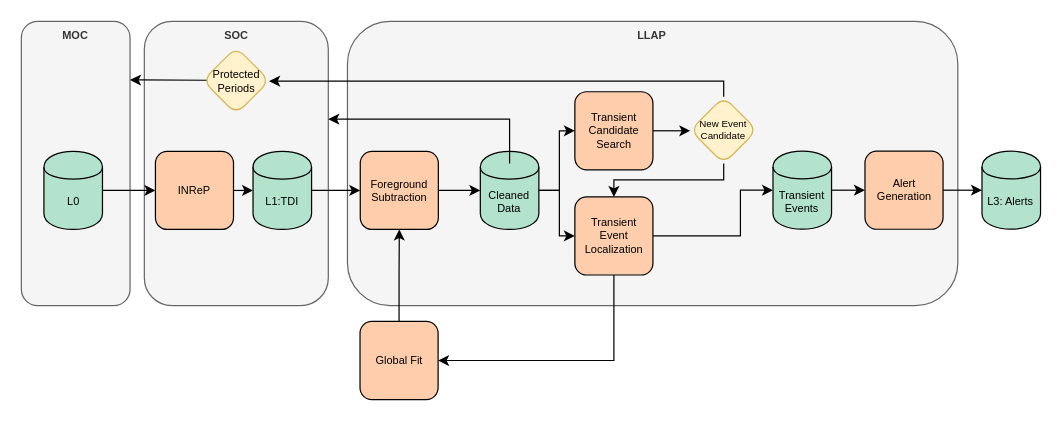
tlittenberg/ldasoft keeps this draw.io diagram as page "LLAP (simplified)" (5 of 5) of LISADataFlow.drawio. Above is the earlier version. Source tidied: cells renumbered, new cells numbered last; positions are measured from the earlier drawing's top-left corner, leaving out a move shared by most shapes. Both pictures are drawn from the tidied source at 122%, with x=0, y=0 at pixel (21, 21).
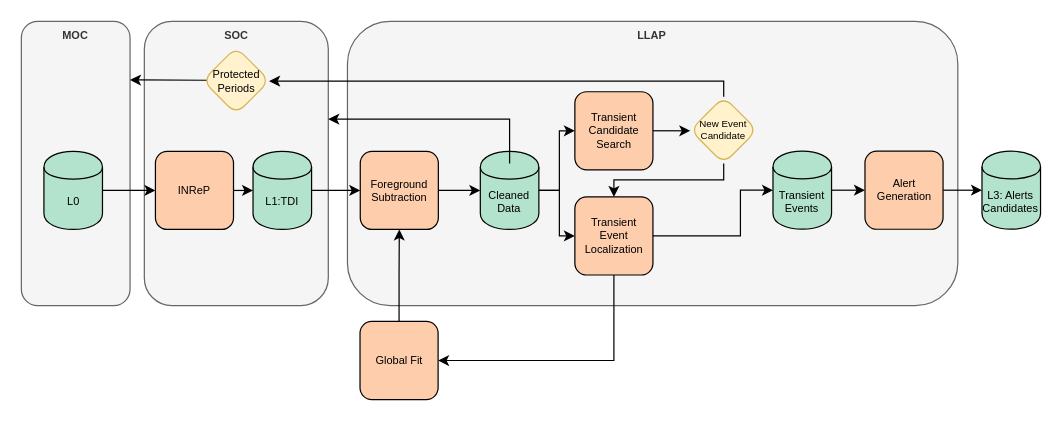
The same diagram, later.

The change refers to these unchanged cells:
```xml
<mxCell id="2" style="group;fontSize=9;strokeWidth=1;" parent="1" vertex="1">
  <mxGeometry width="835.4" height="310" as="geometry" />
</mxCell>
```

What changed in the source:
```diff
@@
-    <mxCell id="17" value="L3: Alerts" style="shape=cylinder;whiteSpace=wrap;html=1;boundedLbl=1;backgroundOutline=1;fillColor=#b3e2cd;strokeWidth=1;fontSize=9;" parent="2" vertex="1">
+    <mxCell id="17" value="L3: Alerts&lt;div&gt;Candidates&lt;/div&gt;" style="shape=cylinder;whiteSpace=wrap;html=1;boundedLbl=1;backgroundOutline=1;fillColor=#b3e2cd;strokeWidth=1;fontSize=9;" parent="2" vertex="1">
       <mxGeometry x="787.4" y="106.4" width="48" height="64" as="geometry" />
     </mxCell>
```
